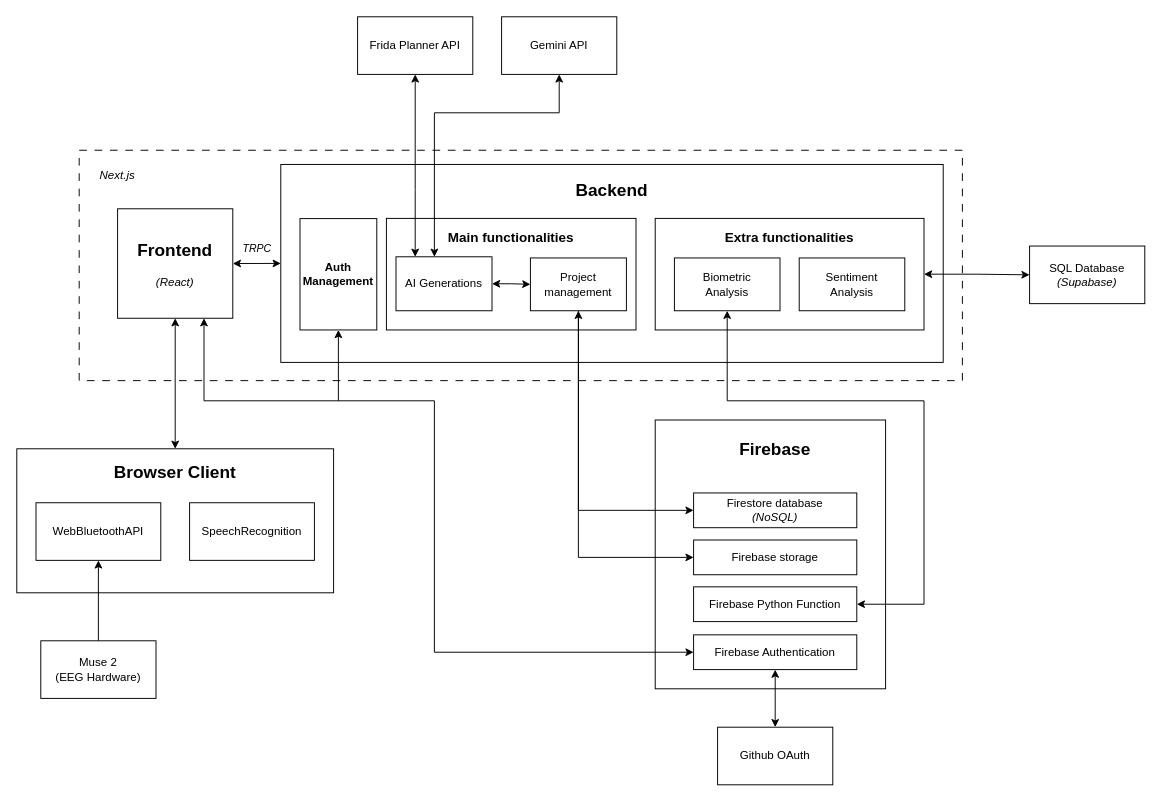
Earlier version of the draw.io diagram diagrams/architecture.drawio (Apantli/Tenor). Source tidied: cells renumbered, new cells numbered last; positions are measured from the earlier drawing's top-left corner, leaving out a move shared by most shapes. Both pictures are drawn from the tidied source at 96%, with x=0, y=0 at pixel (16, 16).
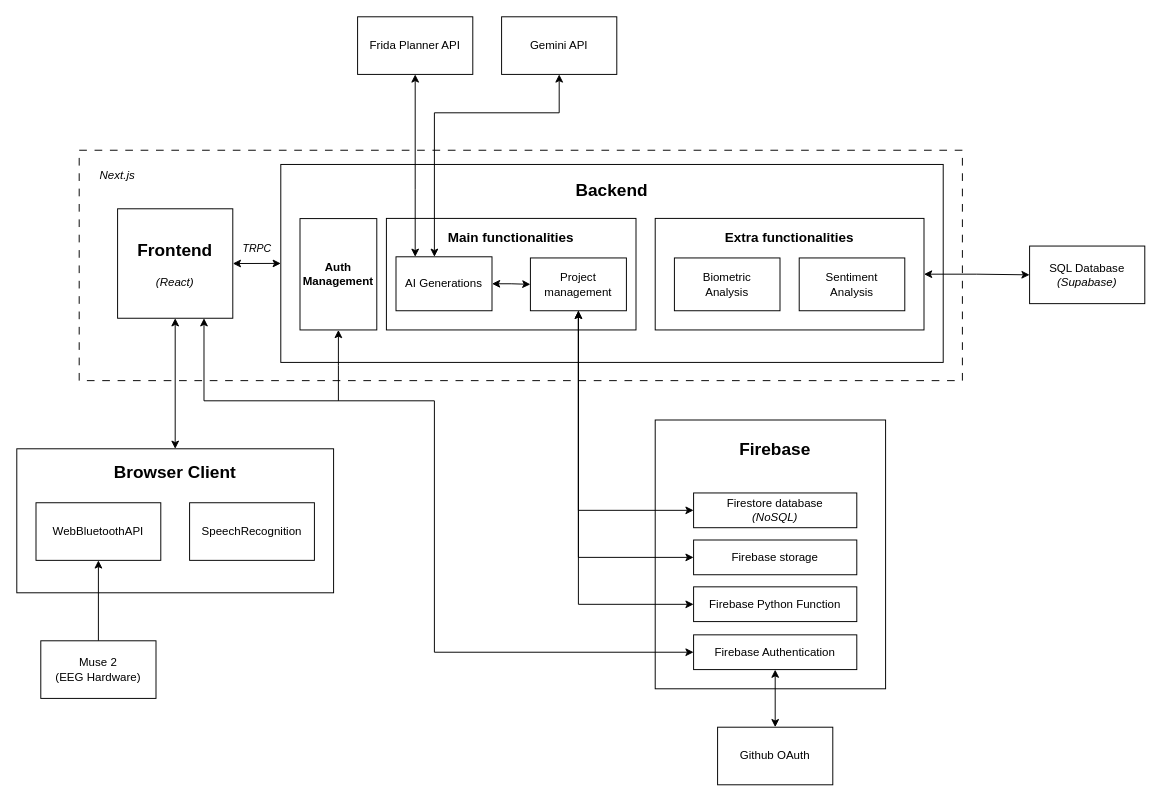
The same page after the edit.

Unchanged cells that the change refers to:
```xml
<mxCell id="16" value="Project management" style="rounded=0;whiteSpace=wrap;html=1;" parent="1" vertex="1">
  <mxGeometry x="535" y="251.2" width="100" height="55" as="geometry" />
</mxCell>
```

Change to the diagram source:
```diff
@@
-    <mxCell id="37" style="edgeStyle=orthogonalEdgeStyle;rounded=0;orthogonalLoop=1;jettySize=auto;html=1;entryX=1;entryY=0.5;entryDx=0;entryDy=0;exitX=0.5;exitY=1;exitDx=0;exitDy=0;startArrow=classic;startFill=1;" parent="1" edge="1">
+    <mxCell id="37" style="edgeStyle=orthogonalEdgeStyle;rounded=0;jettySize=auto;html=1;exitX=0.5;exitY=1;exitDx=0;exitDy=0;startArrow=classic;startFill=1;" parent="1" edge="1" source="16">
       <mxGeometry relative="1" as="geometry">
-        <mxPoint x="740" y="306.2" as="sourcePoint" />
-        <mxPoint x="875" y="611.9" as="targetPoint" />
+        <mxPoint x="705" y="612" as="targetPoint" />
         <Array as="points">
-          <mxPoint x="740" y="400" />
-          <mxPoint x="945" y="400" />
-          <mxPoint x="945" y="612" />
+          <mxPoint x="585" y="612" />
         </Array>
       </mxGeometry>
     </mxCell>
```
